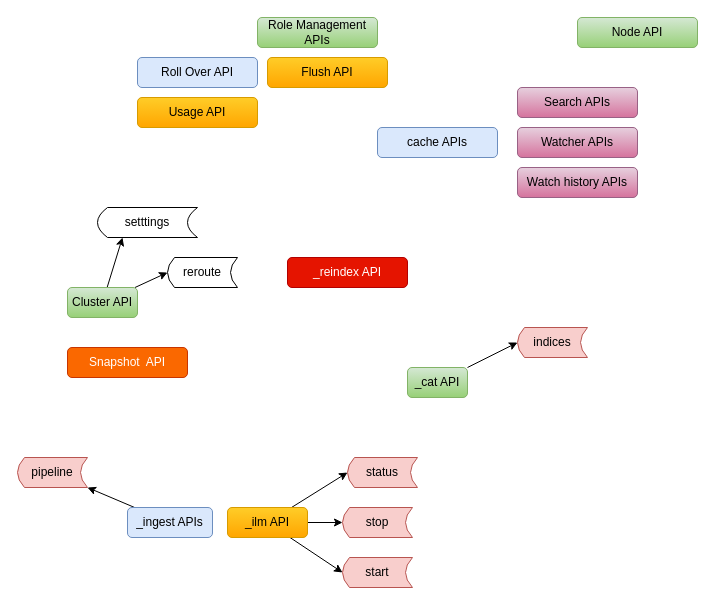
Earlier version of the draw.io diagram page "Administration APIs" (2 of 5) of My Articles/elastic stack/ES REST APIs.drawio (paramothers/books). Source tidied: cells renumbered, new cells numbered last; positions are measured from the earlier drawing's top-left corner, leaving out a move shared by most shapes. Both pictures are drawn from the tidied source at 100%, with x=0, y=0 at pixel (17, 17).
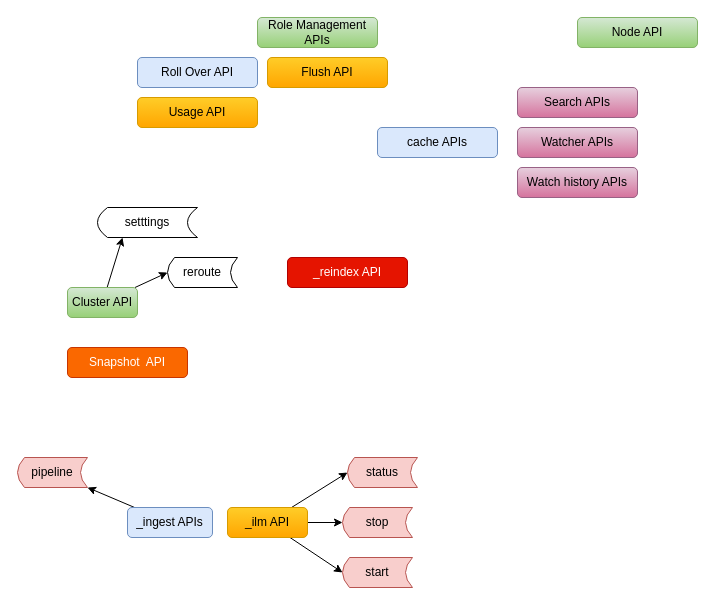
Above is the later version.

Diff of the diagram source:
```diff
@@
-    <mxCell id="12" style="edgeStyle=none;rounded=0;jettySize=auto;html=1;entryX=0;entryY=0.5;entryDx=0;entryDy=0;" parent="1" edge="1" source="13" target="25">
-      <mxGeometry relative="1" as="geometry" />
-    </mxCell>
-    <mxCell id="13" value="_cat API" style="rounded=1;whiteSpace=wrap;html=1;gradientColor=#97d077;fillColor=#d5e8d4;strokeColor=#82b366;" parent="1" vertex="1">
-      <mxGeometry x="390" y="350" width="60" height="30" as="geometry" />
-    </mxCell>
@@
-    <mxCell id="25" value="indices" style="shape=dataStorage;whiteSpace=wrap;html=1;fillColor=#f8cecc;strokeColor=#b85450;" parent="1" vertex="1">
-      <mxGeometry x="500" y="310" width="70" height="30" as="geometry" />
-    </mxCell>
```
